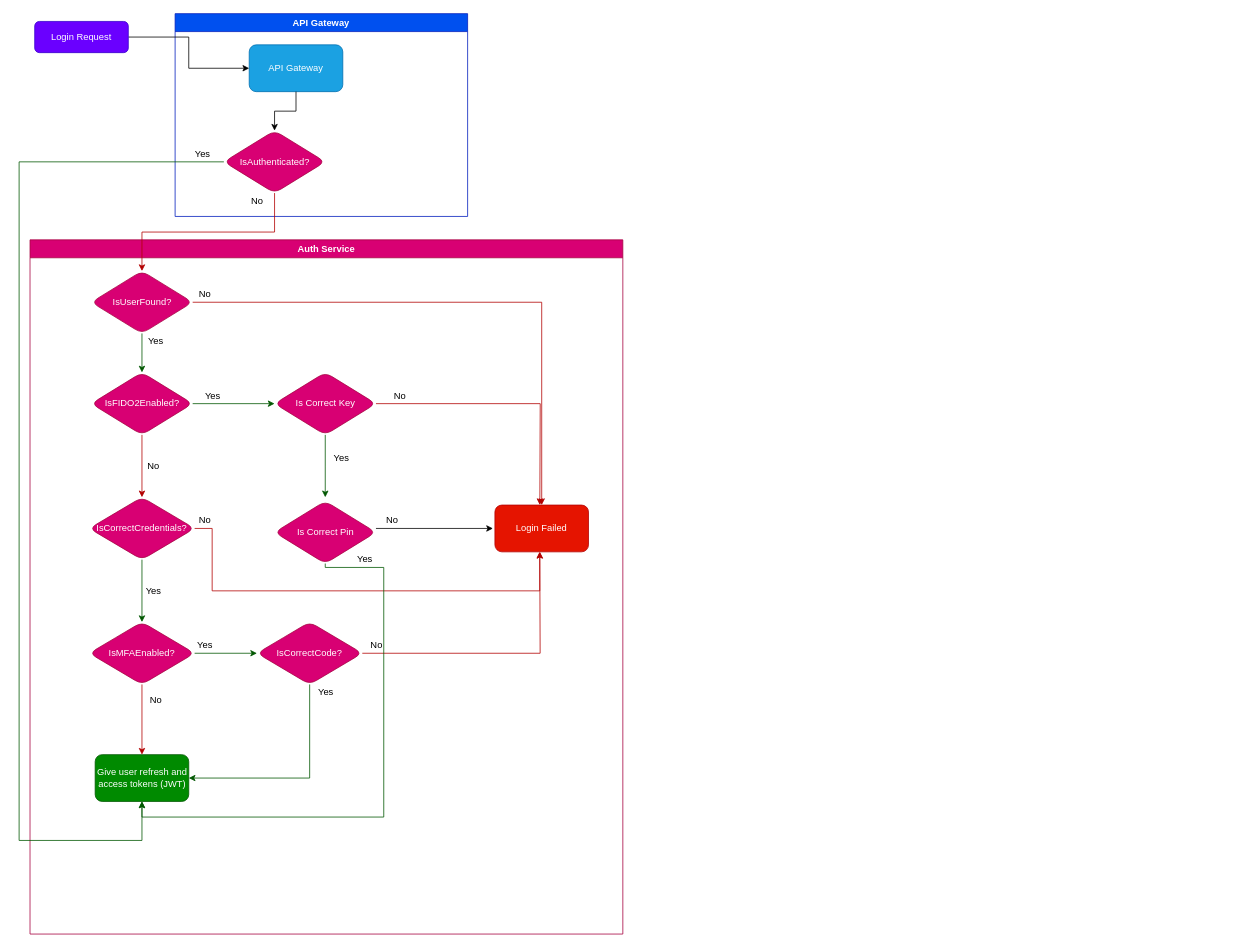
Above: login-flow.drawio in rittaschool/diagrams (draw.io), before the change. Source tidied: cells renumbered, new cells numbered last; positions are measured from the earlier drawing's top-left corner, leaving out a move shared by most shapes. Both pictures are drawn from the tidied source at 78%, with x=0, y=0 at pixel (19, 13).
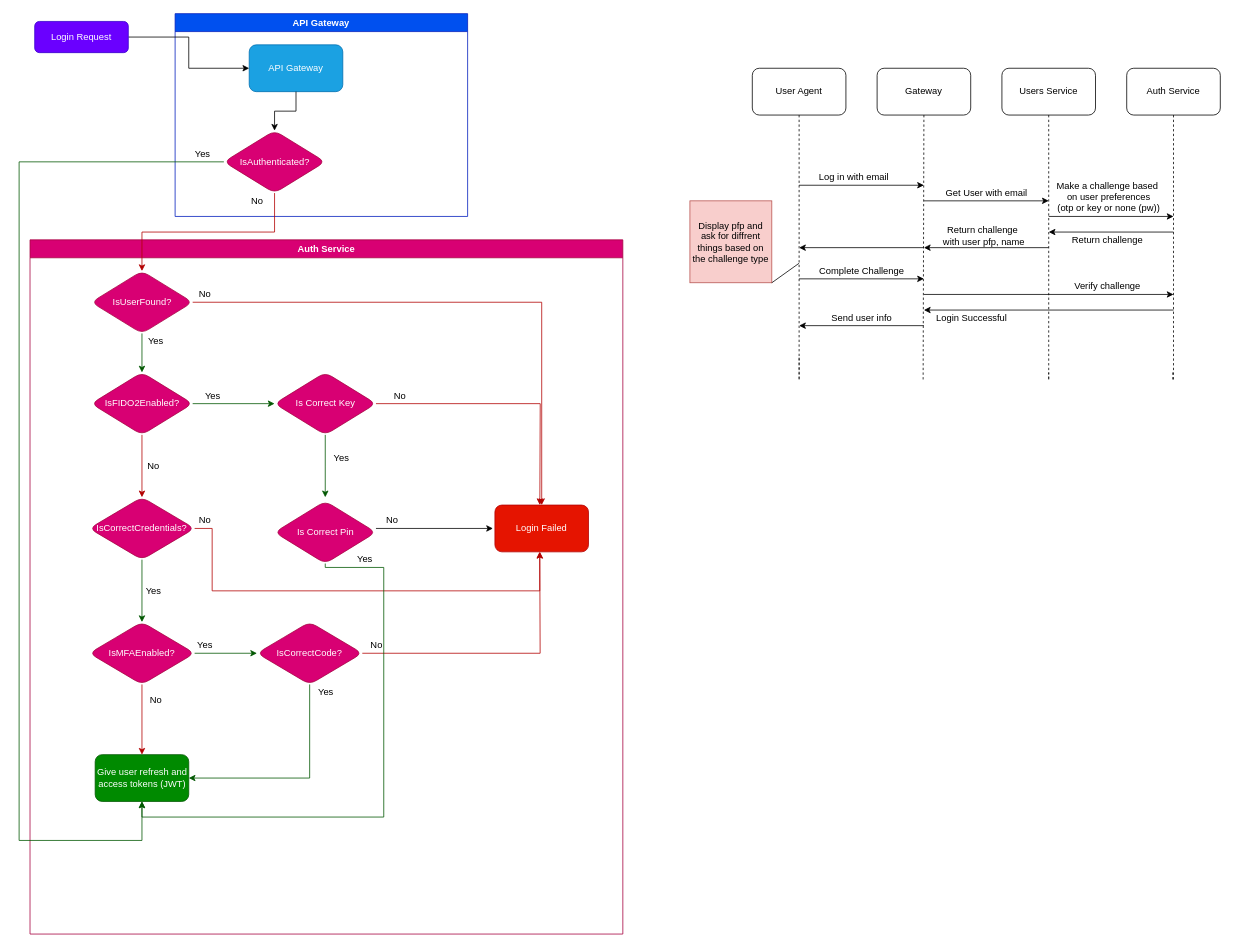
After the change.

Change to the diagram source:
```diff
@@
+    <mxCell id="50" value="User Agent&lt;br&gt;" style="rounded=1;whiteSpace=wrap;html=1;" parent="1" vertex="1">
+      <mxGeometry x="940" y="70" width="120" height="60" as="geometry" />
+    </mxCell>
+    <mxCell id="51" value="Gateway" style="rounded=1;whiteSpace=wrap;html=1;" parent="1" vertex="1">
+      <mxGeometry x="1100" y="70" width="120" height="60" as="geometry" />
+    </mxCell>
+    <mxCell id="52" value="Users Service" style="rounded=1;whiteSpace=wrap;html=1;" parent="1" vertex="1">
+      <mxGeometry x="1260" y="70" width="120" height="60" as="geometry" />
+    </mxCell>
+    <mxCell id="53" value="Auth Service" style="rounded=1;whiteSpace=wrap;html=1;" parent="1" vertex="1">
+      <mxGeometry x="1420" y="70" width="120" height="60" as="geometry" />
+    </mxCell>
+    <mxCell id="54" style="edgeStyle=orthogonalEdgeStyle;rounded=0;jettySize=auto;html=1;exitX=0.5;exitY=1;exitDx=0;exitDy=0;endArrow=none;endFill=0;dashed=1;" parent="1" edge="1" source="50">
+      <mxGeometry relative="1" as="geometry">
+        <mxPoint x="1000" y="440" as="targetPoint" />
+        <Array as="points">
+          <mxPoint x="1000" y="470" />
+          <mxPoint x="1000" y="470" />
+        </Array>
+      </mxGeometry>
+    </mxCell>
+    <mxCell id="55" style="edgeStyle=orthogonalEdgeStyle;rounded=0;jettySize=auto;html=1;exitX=0.5;exitY=1;exitDx=0;exitDy=0;endArrow=none;endFill=0;dashed=1;" parent="1" edge="1" source="51">
+      <mxGeometry relative="1" as="geometry">
+        <mxPoint x="1159" y="470" as="targetPoint" />
+        <Array as="points">
+          <mxPoint x="1160" y="470" />
+        </Array>
+      </mxGeometry>
+    </mxCell>
+    <mxCell id="56" style="edgeStyle=orthogonalEdgeStyle;rounded=0;jettySize=auto;html=1;endArrow=none;endFill=0;dashed=1;exitX=0.5;exitY=1;exitDx=0;exitDy=0;" parent="1" edge="1" source="52">
+      <mxGeometry relative="1" as="geometry">
+        <mxPoint x="1320" y="460" as="targetPoint" />
+        <Array as="points">
+          <mxPoint x="1320" y="470" />
+          <mxPoint x="1320" y="470" />
+        </Array>
+      </mxGeometry>
+    </mxCell>
+    <mxCell id="57" style="edgeStyle=orthogonalEdgeStyle;rounded=0;jettySize=auto;html=1;endArrow=none;endFill=0;dashed=1;exitX=0.5;exitY=1;exitDx=0;exitDy=0;" parent="1" edge="1" source="53">
+      <mxGeometry relative="1" as="geometry">
+        <mxPoint x="1479" y="460" as="targetPoint" />
+        <Array as="points">
+          <mxPoint x="1480" y="470" />
+          <mxPoint x="1479" y="470" />
+        </Array>
+      </mxGeometry>
+    </mxCell>
+    <mxCell id="58" style="endArrow=classic;html=1;rounded=0;" parent="1" edge="1">
+      <mxGeometry relative="1" as="geometry">
+        <mxPoint x="1000" y="220" as="sourcePoint" />
+        <mxPoint x="1160" y="220" as="targetPoint" />
+      </mxGeometry>
+    </mxCell>
+    <mxCell id="59" value="Log in with email" style="text;html=1;align=center;verticalAlign=middle;strokeColor=none;fillColor=none;" parent="1" vertex="1">
+      <mxGeometry x="1020" y="200" width="100" height="20" as="geometry" />
+    </mxCell>
+    <mxCell id="60" style="endArrow=classic;html=1;rounded=0;" parent="1" edge="1">
+      <mxGeometry relative="1" as="geometry">
+        <mxPoint x="1160" y="240" as="sourcePoint" />
+        <mxPoint x="1320" y="240" as="targetPoint" />
+      </mxGeometry>
+    </mxCell>
+    <mxCell id="61" value="Get User with email" style="text;html=1;align=center;verticalAlign=middle;strokeColor=none;fillColor=none;" parent="1" vertex="1">
+      <mxGeometry x="1180" y="220" width="120" height="20" as="geometry" />
+    </mxCell>
+    <mxCell id="62" style="endArrow=classic;html=1;rounded=0;" parent="1" edge="1">
+      <mxGeometry relative="1" as="geometry">
+        <mxPoint x="1320" y="260" as="sourcePoint" />
+        <mxPoint x="1480" y="260" as="targetPoint" />
+      </mxGeometry>
+    </mxCell>
+    <mxCell id="63" value="Make a challenge based&lt;br&gt;&amp;nbsp;on user preferences&lt;br&gt;&amp;nbsp;(otp or key or none (pw))" style="text;html=1;align=center;verticalAlign=middle;strokeColor=none;fillColor=none;" parent="1" vertex="1">
+      <mxGeometry x="1320" y="210" width="150" height="50" as="geometry" />
+    </mxCell>
+    <mxCell id="64" style="endArrow=classic;html=1;rounded=0;" parent="1" edge="1">
+      <mxGeometry relative="1" as="geometry">
+        <mxPoint x="1480" y="280" as="sourcePoint" />
+        <mxPoint x="1320" y="280" as="targetPoint" />
+      </mxGeometry>
+    </mxCell>
+    <mxCell id="65" value="Return challenge" style="text;html=1;align=center;verticalAlign=middle;strokeColor=none;fillColor=none;" parent="1" vertex="1">
+      <mxGeometry x="1340" y="280" width="110" height="20" as="geometry" />
+    </mxCell>
+    <mxCell id="66" style="endArrow=classic;html=1;rounded=0;" parent="1" edge="1">
+      <mxGeometry relative="1" as="geometry">
+        <mxPoint x="1320" y="300" as="sourcePoint" />
+        <mxPoint x="1160" y="300" as="targetPoint" />
+      </mxGeometry>
+    </mxCell>
+    <mxCell id="67" value="Return challenge&lt;br&gt;&amp;nbsp;with user pfp, name" style="text;html=1;align=center;verticalAlign=middle;strokeColor=none;fillColor=none;" parent="1" vertex="1">
+      <mxGeometry x="1175" y="270" width="120" height="30" as="geometry" />
+    </mxCell>
+    <mxCell id="68" value="Display pfp and ask for diffrent things based on the challenge type" style="whiteSpace=wrap;html=1;fillColor=#f8cecc;strokeColor=#b85450;" parent="1" vertex="1">
+      <mxGeometry x="860" y="240" width="105" height="105" as="geometry" />
+    </mxCell>
+    <mxCell id="69" style="endArrow=none;html=1;rounded=0;entryX=1;entryY=1;entryDx=0;entryDy=0;" parent="1" edge="1" target="68">
+      <mxGeometry relative="1" as="geometry">
+        <mxPoint x="1000" y="320" as="sourcePoint" />
+      </mxGeometry>
+    </mxCell>
+    <mxCell id="70" style="endArrow=classic;html=1;rounded=0;" parent="1" edge="1">
+      <mxGeometry relative="1" as="geometry">
+        <mxPoint x="1160" y="300" as="sourcePoint" />
+        <mxPoint x="1000" y="300" as="targetPoint" />
+      </mxGeometry>
+    </mxCell>
+    <mxCell id="71" style="endArrow=classic;html=1;rounded=0;" parent="1" edge="1">
+      <mxGeometry relative="1" as="geometry">
+        <mxPoint x="1000" y="340" as="sourcePoint" />
+        <mxPoint x="1160" y="340" as="targetPoint" />
+      </mxGeometry>
+    </mxCell>
+    <mxCell id="72" value="Complete Challenge" style="text;html=1;align=center;verticalAlign=middle;strokeColor=none;fillColor=none;" parent="1" vertex="1">
+      <mxGeometry x="1020" y="320" width="120" height="20" as="geometry" />
+    </mxCell>
+    <mxCell id="73" style="endArrow=classic;html=1;rounded=0;" parent="1" edge="1">
+      <mxGeometry relative="1" as="geometry">
+        <mxPoint x="1160" y="360" as="sourcePoint" />
+        <mxPoint x="1480" y="360" as="targetPoint" />
+      </mxGeometry>
+    </mxCell>
+    <mxCell id="74" value="Verify&amp;nbsp;challenge" style="text;html=1;align=center;verticalAlign=middle;strokeColor=none;fillColor=none;" parent="1" vertex="1">
+      <mxGeometry x="1345" y="340" width="100" height="20" as="geometry" />
+    </mxCell>
+    <mxCell id="75" style="endArrow=classic;html=1;rounded=0;" parent="1" edge="1">
+      <mxGeometry relative="1" as="geometry">
+        <mxPoint x="1480" y="380" as="sourcePoint" />
+        <mxPoint x="1160" y="380" as="targetPoint" />
+      </mxGeometry>
+    </mxCell>
+    <mxCell id="76" value="Login Successful" style="text;html=1;align=center;verticalAlign=middle;strokeColor=none;fillColor=none;" parent="1" vertex="1">
+      <mxGeometry x="1166" y="380" width="110" height="20" as="geometry" />
+    </mxCell>
+    <mxCell id="77" style="endArrow=classic;html=1;rounded=0;" parent="1" edge="1">
+      <mxGeometry relative="1" as="geometry">
+        <mxPoint x="1160" y="400" as="sourcePoint" />
+        <mxPoint x="1000" y="400" as="targetPoint" />
+      </mxGeometry>
+    </mxCell>
+    <mxCell id="78" value="Send user info" style="text;html=1;align=center;verticalAlign=middle;strokeColor=none;fillColor=none;" parent="1" vertex="1">
+      <mxGeometry x="1035" y="380" width="90" height="20" as="geometry" />
+    </mxCell>
```
